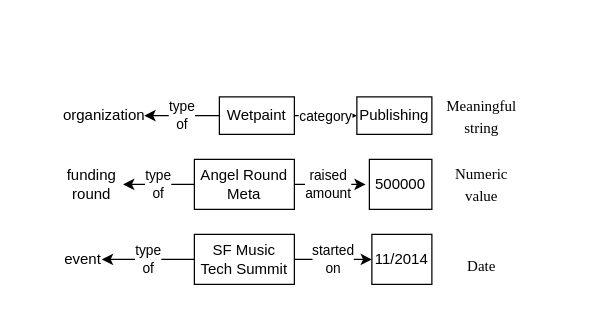
Before: tripleTypes.drawio in SilvesterYu/FinQA_Vis, a draw.io diagram. Source tidied: cells renumbered, new cells numbered last; positions are measured from the earlier drawing's top-left corner, leaving out a move shared by most shapes. Both pictures are drawn from the tidied source at 125%, with x=0, y=0 at pixel (60, 96).
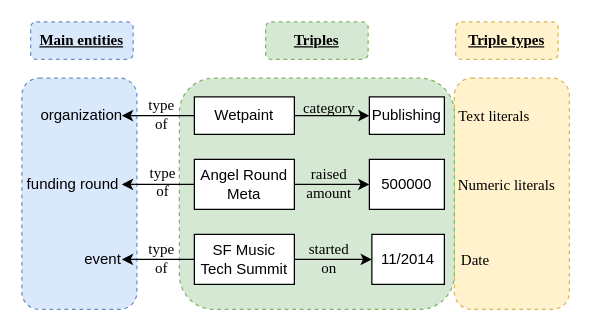
The same page after the edit.

Unchanged cells that the change refers to:
```xml
<mxCell id="2" style="edgeStyle=orthogonalEdgeStyle;rounded=0;jettySize=auto;html=1;exitX=1;exitY=0.5;exitDx=0;exitDy=0;entryX=0;entryY=0.5;entryDx=0;entryDy=0;" parent="1" edge="1" source="5" target="7">
  <mxGeometry relative="1" as="geometry" />
</mxCell>
<mxCell id="11" value="Angel Round Meta" style="rounded=0;whiteSpace=wrap;html=1;" parent="1" vertex="1">
  <mxGeometry x="107" y="50" width="80" height="40" as="geometry" />
</mxCell>
<mxCell id="17" value="SF Music Tech Summit" style="rounded=0;whiteSpace=wrap;html=1;" parent="1" vertex="1">
  <mxGeometry x="107" y="110" width="80" height="40" as="geometry" />
</mxCell>
```

Diff of the diagram source:
```diff
@@
+    <mxCell id="21" style="rounded=1;whiteSpace=wrap;html=1;dashed=1;fontFamily=Times New Roman;fontSize=12;fillColor=#dae8fc;strokeColor=#6c8ebf;" parent="1" vertex="1">
+      <mxGeometry x="-31" y="-15" width="92" height="185" as="geometry" />
+    </mxCell>
+    <mxCell id="22" style="rounded=1;whiteSpace=wrap;html=1;dashed=1;fontFamily=Times New Roman;fontSize=12;fillColor=#fff2cc;strokeColor=#d6b656;" parent="1" vertex="1">
+      <mxGeometry x="315" y="-15" width="92" height="185" as="geometry" />
+    </mxCell>
+    <mxCell id="23" style="rounded=1;whiteSpace=wrap;html=1;dashed=1;fontFamily=Times New Roman;fontSize=12;" parent="1" vertex="1">
+      <mxGeometry x="157" y="60" width="120" height="60" as="geometry" />
+    </mxCell>
+    <mxCell id="24" style="rounded=1;whiteSpace=wrap;html=1;fontFamily=Times New Roman;fontSize=12;dashed=1;fillColor=#d5e8d4;strokeColor=#82b366;" parent="1" vertex="1">
+      <mxGeometry x="95" y="-15" width="220" height="185" as="geometry" />
+    </mxCell>
@@
-    <mxCell id="3" value="category" style="edgeLabel;html=1;align=center;verticalAlign=middle;" parent="2" vertex="1">
-      <mxGeometry x="-0.78" relative="1" as="geometry">
-        <mxPoint x="19" as="offset" />
-      </mxGeometry>
-    </mxCell>
-    <mxCell id="4" value="type&lt;br&gt;of" style="edgeStyle=orthogonalEdgeStyle;rounded=0;jettySize=auto;html=1;exitX=0;exitY=0.5;exitDx=0;exitDy=0;entryX=1;entryY=0.5;entryDx=0;entryDy=0;" parent="1" edge="1" source="5" target="6">
+    <mxCell id="4" style="edgeStyle=orthogonalEdgeStyle;rounded=0;jettySize=auto;html=1;exitX=0;exitY=0.5;exitDx=0;exitDy=0;entryX=1;entryY=0.5;entryDx=0;entryDy=0;labelBackgroundColor=none;fontFamily=Times New Roman;fontSize=12;" parent="1" edge="1" source="5" target="6">
       <mxGeometry relative="1" as="geometry" />
     </mxCell>
     <mxCell id="5" value="Wetpaint" style="rounded=0;whiteSpace=wrap;html=1;" parent="1" vertex="1">
-      <mxGeometry x="127" width="60" height="30" as="geometry" />
+      <mxGeometry x="107" width="80" height="30" as="geometry" />
     </mxCell>
     <mxCell id="6" value="organization" style="text;html=1;strokeColor=none;fillColor=none;align=center;verticalAlign=middle;whiteSpace=wrap;rounded=0;" parent="1" vertex="1">
-      <mxGeometry x="3" y="10" width="64" height="10" as="geometry" />
+      <mxGeometry x="-15" y="10" width="64" height="10" as="geometry" />
     </mxCell>
     <mxCell id="7" value="Publishing" style="rounded=0;whiteSpace=wrap;html=1;" parent="1" vertex="1">
-      <mxGeometry x="237" width="60" height="30" as="geometry" />
+      <mxGeometry x="247" width="60" height="30" as="geometry" />
     </mxCell>
-    <mxCell id="8" value="&lt;font face=&quot;Times New Roman&quot; style=&quot;font-size: 12px;&quot;&gt;Meaningful&lt;br&gt;string&lt;/font&gt;" style="text;html=1;strokeColor=none;fillColor=none;align=center;verticalAlign=middle;whiteSpace=wrap;rounded=0;fontFamily=Helvetica;fontSize=14;fontColor=#000000;" parent="1" vertex="1">
-      <mxGeometry x="307" width="60" height="30" as="geometry" />
+    <mxCell id="8" value="&lt;font face=&quot;Times New Roman&quot;&gt;&lt;span style=&quot;font-size: 12px;&quot;&gt;Text literals&lt;/span&gt;&lt;/font&gt;" style="text;html=1;strokeColor=none;fillColor=none;align=center;verticalAlign=middle;whiteSpace=wrap;rounded=0;fontFamily=Helvetica;fontSize=14;fontColor=#000000;" parent="1" vertex="1">
+      <mxGeometry x="317" width="60" height="30" as="geometry" />
     </mxCell>
-    <mxCell id="9" value="raised&lt;br&gt;amount" style="edgeStyle=orthogonalEdgeStyle;rounded=0;orthogonalLoop=1;jettySize=auto;html=1;exitX=1;exitY=0.5;exitDx=0;exitDy=0;entryX=0;entryY=0.5;entryDx=0;entryDy=0;" parent="1" edge="1">
-      <mxGeometry relative="1" as="geometry">
-        <mxPoint x="184" y="70" as="sourcePoint" />
-        <mxPoint x="244" y="70" as="targetPoint" />
-      </mxGeometry>
-    </mxCell>
+    <mxCell id="25" style="edgeStyle=orthogonalEdgeStyle;rounded=0;jettySize=auto;html=1;exitX=1;exitY=0.5;exitDx=0;exitDy=0;entryX=0;entryY=0.5;entryDx=0;entryDy=0;labelBackgroundColor=none;fontFamily=Times New Roman;fontSize=12;" parent="1" edge="1" source="11" target="12">
+      <mxGeometry relative="1" as="geometry" />
+    </mxCell>
-    <mxCell id="10" value="type&lt;br&gt;of" style="edgeStyle=orthogonalEdgeStyle;rounded=0;jettySize=auto;html=1;exitX=0;exitY=0.5;exitDx=0;exitDy=0;entryX=1;entryY=0.5;entryDx=0;entryDy=0;" parent="1" edge="1" source="11" target="13">
+    <mxCell id="10" style="edgeStyle=orthogonalEdgeStyle;rounded=0;jettySize=auto;html=1;exitX=0;exitY=0.5;exitDx=0;exitDy=0;entryX=1;entryY=0.5;entryDx=0;entryDy=0;labelBackgroundColor=none;fontFamily=Times New Roman;fontSize=12;" parent="1" edge="1" source="11" target="13">
       <mxGeometry relative="1" as="geometry" />
     </mxCell>
@@
     <mxCell id="12" value="500000" style="rounded=0;whiteSpace=wrap;html=1;" parent="1" vertex="1">
-      <mxGeometry x="247" y="50" width="50" height="40" as="geometry" />
+      <mxGeometry x="247" y="50" width="60" height="40" as="geometry" />
     </mxCell>
-    <mxCell id="13" value="funding&lt;br&gt;round" style="text;html=1;strokeColor=none;fillColor=none;align=center;verticalAlign=middle;whiteSpace=wrap;rounded=0;" parent="1" vertex="1">
-      <mxGeometry y="62.5" width="50" height="15" as="geometry" />
+    <mxCell id="13" value="funding round" style="text;html=1;strokeColor=none;fillColor=none;align=center;verticalAlign=middle;whiteSpace=wrap;rounded=0;" parent="1" vertex="1">
+      <mxGeometry x="-29" y="62.5" width="78" height="15" as="geometry" />
     </mxCell>
-    <mxCell id="14" value="&lt;font face=&quot;Times New Roman&quot;&gt;&lt;span style=&quot;font-size: 12px;&quot;&gt;Numeric value&lt;/span&gt;&lt;/font&gt;" style="text;html=1;strokeColor=none;fillColor=none;align=center;verticalAlign=middle;whiteSpace=wrap;rounded=0;fontFamily=Helvetica;fontSize=14;fontColor=#000000;" parent="1" vertex="1">
-      <mxGeometry x="307" y="55" width="60" height="30" as="geometry" />
+    <mxCell id="14" value="&lt;font face=&quot;Times New Roman&quot;&gt;&lt;span style=&quot;font-size: 12px;&quot;&gt;Numeric literals&lt;/span&gt;&lt;/font&gt;" style="text;html=1;strokeColor=none;fillColor=none;align=center;verticalAlign=middle;whiteSpace=wrap;rounded=0;fontFamily=Helvetica;fontSize=14;fontColor=#000000;" parent="1" vertex="1">
+      <mxGeometry x="317" y="55" width="80" height="30" as="geometry" />
     </mxCell>
+    <mxCell id="26" style="edgeStyle=orthogonalEdgeStyle;rounded=0;jettySize=auto;html=1;exitX=1;exitY=0.5;exitDx=0;exitDy=0;entryX=0;entryY=0.5;entryDx=0;entryDy=0;labelBackgroundColor=none;fontFamily=Times New Roman;fontSize=12;" parent="1" edge="1" source="17" target="19">
+      <mxGeometry relative="1" as="geometry" />
+    </mxCell>
-    <mxCell id="15" value="type&lt;br&gt;of" style="edgeStyle=orthogonalEdgeStyle;rounded=0;jettySize=auto;html=1;exitX=0;exitY=0.5;exitDx=0;exitDy=0;" parent="1" edge="1" source="17" target="18">
+    <mxCell id="15" style="edgeStyle=orthogonalEdgeStyle;rounded=0;jettySize=auto;html=1;exitX=0;exitY=0.5;exitDx=0;exitDy=0;entryX=1;entryY=0.5;entryDx=0;entryDy=0;labelBackgroundColor=none;fontFamily=Times New Roman;fontSize=12;" parent="1" edge="1" source="17" target="18">
       <mxGeometry relative="1" as="geometry" />
     </mxCell>
-    <mxCell id="16" value="started&lt;br&gt;on" style="edgeStyle=orthogonalEdgeStyle;rounded=0;jettySize=auto;html=1;exitX=1;exitY=0.5;exitDx=0;exitDy=0;entryX=0;entryY=0.5;entryDx=0;entryDy=0;" parent="1" edge="1" source="17" target="19">
-      <mxGeometry relative="1" as="geometry" />
-    </mxCell>
@@
     <mxCell id="18" value="event" style="text;html=1;strokeColor=none;fillColor=none;align=center;verticalAlign=middle;whiteSpace=wrap;rounded=0;" parent="1" vertex="1">
-      <mxGeometry x="3" y="115" width="30" height="30" as="geometry" />
+      <mxGeometry x="19" y="115" width="30" height="30" as="geometry" />
     </mxCell>
     <mxCell id="19" value="11/2014" style="rounded=0;whiteSpace=wrap;html=1;" parent="1" vertex="1">
-      <mxGeometry x="249" y="110" width="48" height="40" as="geometry" />
+      <mxGeometry x="249" y="110" width="58" height="40" as="geometry" />
     </mxCell>
     <mxCell id="20" value="&lt;font face=&quot;Times New Roman&quot;&gt;&lt;span style=&quot;font-size: 12px;&quot;&gt;Date&lt;/span&gt;&lt;/font&gt;" style="text;html=1;strokeColor=none;fillColor=none;align=center;verticalAlign=middle;whiteSpace=wrap;rounded=0;fontFamily=Helvetica;fontSize=14;fontColor=#000000;" parent="1" vertex="1">
-      <mxGeometry x="307" y="120" width="60" height="30" as="geometry" />
+      <mxGeometry x="317" y="115" width="30" height="30" as="geometry" />
     </mxCell>
+    <mxCell id="3" value="category" style="text;html=1;strokeColor=none;fillColor=none;align=center;verticalAlign=middle;whiteSpace=wrap;rounded=0;dashed=1;fontFamily=Times New Roman;fontSize=12;" parent="1" vertex="1">
+      <mxGeometry x="195" y="4" width="40" height="10" as="geometry" />
+    </mxCell>
+    <mxCell id="9" value="raised&lt;br&gt;amount" style="text;html=1;strokeColor=none;fillColor=none;align=center;verticalAlign=middle;whiteSpace=wrap;rounded=0;dashed=1;fontFamily=Times New Roman;fontSize=12;" parent="1" vertex="1">
+      <mxGeometry x="195" y="64" width="40" height="10" as="geometry" />
+    </mxCell>
+    <mxCell id="16" value="started&lt;br&gt;on" style="text;html=1;strokeColor=none;fillColor=none;align=center;verticalAlign=middle;whiteSpace=wrap;rounded=0;dashed=1;fontFamily=Times New Roman;fontSize=12;" parent="1" vertex="1">
+      <mxGeometry x="195" y="124" width="40" height="10" as="geometry" />
+    </mxCell>
+    <mxCell id="27" value="type&lt;br&gt;of" style="text;html=1;strokeColor=none;fillColor=none;align=center;verticalAlign=middle;whiteSpace=wrap;rounded=0;dashed=1;fontFamily=Times New Roman;fontSize=12;" parent="1" vertex="1">
+      <mxGeometry x="61" y="9" width="40" height="10" as="geometry" />
+    </mxCell>
+    <mxCell id="28" value="type&lt;br&gt;of" style="text;html=1;strokeColor=none;fillColor=none;align=center;verticalAlign=middle;whiteSpace=wrap;rounded=0;dashed=1;fontFamily=Times New Roman;fontSize=12;" parent="1" vertex="1">
+      <mxGeometry x="62" y="61" width="40" height="14" as="geometry" />
+    </mxCell>
+    <mxCell id="29" value="type&lt;br&gt;of" style="text;html=1;strokeColor=none;fillColor=none;align=center;verticalAlign=middle;whiteSpace=wrap;rounded=0;dashed=1;fontFamily=Times New Roman;fontSize=12;" parent="1" vertex="1">
+      <mxGeometry x="61" y="124" width="40" height="10" as="geometry" />
+    </mxCell>
+    <mxCell id="30" value="&lt;b&gt;&lt;u&gt;Triples&lt;/u&gt;&lt;/b&gt;" style="rounded=1;whiteSpace=wrap;html=1;dashed=1;fontFamily=Times New Roman;fontSize=12;fillColor=#d5e8d4;strokeColor=#82b366;" parent="1" vertex="1">
+      <mxGeometry x="164" y="-60" width="82" height="30" as="geometry" />
+    </mxCell>
+    <mxCell id="31" value="&lt;b&gt;&lt;u&gt;Triple types&lt;/u&gt;&lt;/b&gt;" style="rounded=1;whiteSpace=wrap;html=1;dashed=1;fontFamily=Times New Roman;fontSize=12;fillColor=#fff2cc;strokeColor=#d6b656;" parent="1" vertex="1">
+      <mxGeometry x="316" y="-60" width="82" height="30" as="geometry" />
+    </mxCell>
+    <mxCell id="32" value="&lt;b&gt;&lt;u&gt;Main entities&lt;/u&gt;&lt;/b&gt;" style="rounded=1;whiteSpace=wrap;html=1;dashed=1;fontFamily=Times New Roman;fontSize=12;fillColor=#dae8fc;strokeColor=#6c8ebf;" parent="1" vertex="1">
+      <mxGeometry x="-24" y="-60" width="82" height="30" as="geometry" />
+    </mxCell>
```
